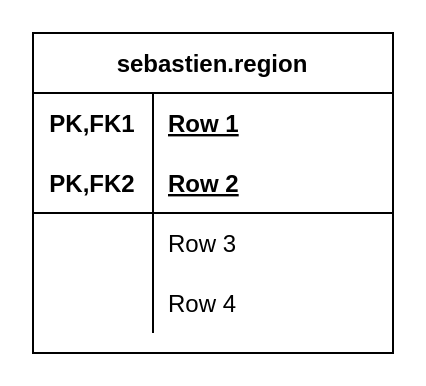
This is New Diagram.drawio from WSQD3Chimp/Lab-7, a draw.io file, before an edit. Source tidied: cells renumbered, new cells numbered last; positions are measured from the earlier drawing's top-left corner, leaving out a move shared by most shapes. Both pictures are drawn from the tidied source at 200%, with x=0, y=0 at pixel (32, 32).
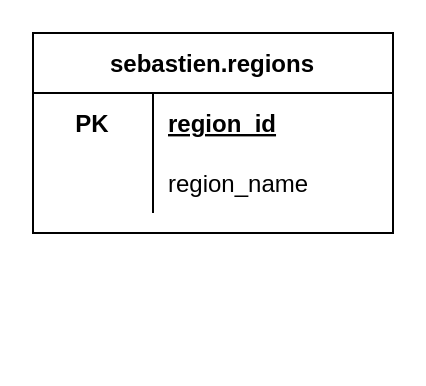
After the change.

Commit message:
added regions table to the ERD

Change to the diagram source:
```diff
@@
 <mxGraphModel>
   <root>
     <mxCell id="0" />
     <mxCell id="1" parent="0" />
-    <mxCell id="2" value="sebastien.region" style="shape=table;startSize=30;childLayout=tableLayout;rowLines=0;fontStyle=1;align=center;" parent="1" vertex="1">
-      <mxGeometry width="180" height="160" as="geometry" />
+    <mxCell id="2" value="sebastien.regions" style="shape=table;startSize=30;childLayout=tableLayout;rowLines=0;fontStyle=1;align=center;" parent="1" vertex="1">
+      <mxGeometry width="180" height="100" as="geometry" />
     </mxCell>
     <mxCell id="3" style="shape=partialRectangle;fillColor=none;top=0;left=0;bottom=0;right=0;" parent="2" vertex="1">
       <mxGeometry y="30" width="180" height="30" as="geometry" />
     </mxCell>
-    <mxCell id="4" value="PK,FK1" style="shape=partialRectangle;fillColor=none;top=0;left=0;bottom=0;right=0;fontStyle=1;overflow=hidden;" parent="3" vertex="1">
+    <mxCell id="4" value="PK" style="shape=partialRectangle;fillColor=none;top=0;left=0;bottom=0;right=0;fontStyle=1;overflow=hidden;" parent="3" vertex="1">
       <mxGeometry width="60" height="30" as="geometry" />
     </mxCell>
-    <mxCell id="5" value="Row 1" style="shape=partialRectangle;fillColor=none;top=0;left=0;bottom=0;right=0;align=left;spacingLeft=6;fontStyle=5;overflow=hidden;" parent="3" vertex="1">
+    <mxCell id="5" value="region_id" style="shape=partialRectangle;fillColor=none;top=0;left=0;bottom=0;right=0;align=left;spacingLeft=6;fontStyle=5;overflow=hidden;" parent="3" vertex="1">
       <mxGeometry x="60" width="120" height="30" as="geometry" />
     </mxCell>
-    <mxCell id="6" style="shape=partialRectangle;fillColor=none;top=0;left=0;bottom=1;right=0;" parent="2" vertex="1">
-      <mxGeometry y="60" width="180" height="30" as="geometry" />
-    </mxCell>
-    <mxCell id="7" value="PK,FK2" style="shape=partialRectangle;fillColor=none;top=0;left=0;bottom=0;right=0;fontStyle=1;overflow=hidden;" parent="6" vertex="1">
-      <mxGeometry width="60" height="30" as="geometry" />
-    </mxCell>
-    <mxCell id="8" value="Row 2" style="shape=partialRectangle;fillColor=none;top=0;left=0;bottom=0;right=0;align=left;spacingLeft=6;fontStyle=5;overflow=hidden;" parent="6" vertex="1">
-      <mxGeometry x="60" width="120" height="30" as="geometry" />
-    </mxCell>
     <mxCell id="9" style="shape=partialRectangle;fillColor=none;top=0;left=0;bottom=0;right=0;" parent="2" vertex="1">
-      <mxGeometry y="90" width="180" height="30" as="geometry" />
+      <mxGeometry y="60" width="180" height="30" as="geometry" />
     </mxCell>
     <mxCell id="10" style="shape=partialRectangle;fillColor=none;top=0;left=0;bottom=0;right=0;overflow=hidden;" parent="9" vertex="1">
       <mxGeometry width="60" height="30" as="geometry" />
     </mxCell>
-    <mxCell id="11" value="Row 3" style="shape=partialRectangle;fillColor=none;top=0;left=0;bottom=0;right=0;align=left;spacingLeft=6;overflow=hidden;" parent="9" vertex="1">
+    <mxCell id="11" value="region_name" style="shape=partialRectangle;fillColor=none;top=0;left=0;bottom=0;right=0;align=left;spacingLeft=6;overflow=hidden;" parent="9" vertex="1">
       <mxGeometry x="60" width="120" height="30" as="geometry" />
     </mxCell>
-    <mxCell id="12" style="shape=partialRectangle;fillColor=none;top=0;left=0;bottom=0;right=0;" parent="2" vertex="1">
-      <mxGeometry y="120" width="180" height="30" as="geometry" />
-    </mxCell>
-    <mxCell id="13" style="shape=partialRectangle;fillColor=none;top=0;left=0;bottom=0;right=0;overflow=hidden;" parent="12" vertex="1">
-      <mxGeometry width="60" height="30" as="geometry" />
-    </mxCell>
-    <mxCell id="14" value="Row 4" style="shape=partialRectangle;fillColor=none;top=0;left=0;bottom=0;right=0;align=left;spacingLeft=6;overflow=hidden;" parent="12" vertex="1">
-      <mxGeometry x="60" width="120" height="30" as="geometry" />
-    </mxCell>
   </root>
 </mxGraphModel>
```
